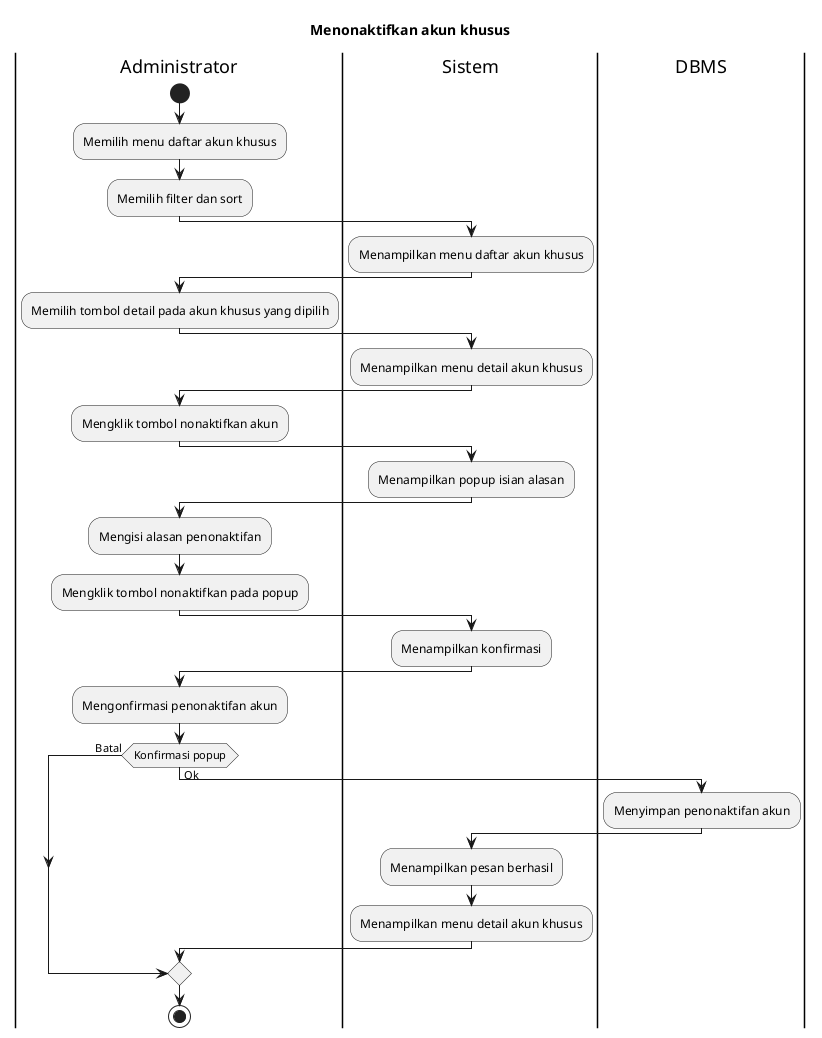
Earlier version of the PlantUML export export/Activity Diagrams/UC-MGUSER - Manajemen Pengguna/UC-MGUSER-013 - Menonaktifkan akun khusus.png (bagusNA/appl-diagrams). The source it was exported from:
```plantuml
@startuml
title Menonaktifkan akun khusus

|Administrator|
start
:Memilih menu daftar akun khusus;
:Memilih filter dan sort;

|Sistem|
:Menampilkan menu daftar akun khusus;

|Administrator|
:Memilih tombol detail pada akun khusus yang dipilih;

|Sistem|
:Menampilkan menu detail akun khusus;

|Administrator|
:Mengklik tombol nonaktifkan akun;

|Sistem|
:Menampilkan popup isian alasan;

|Administrator|
:Mengisi alasan penonaktifan;
:Mengklik tombol nonaktifkan pada popup;

|Sistem|
:Menampilkan konfirmasi;

|Administrator|
:Mengonfirmasi penonaktifan akun;

if (Konfirmasi popup) then (Batal)
else (Ok)
  |DBMS|
  :Menyimpan penonaktifan akun;

  |Sistem|
  :Menampilkan pesan berhasil;
  :Menampilkan menu detail akun khusus;
endif

|Administrator|
stop
@enduml
```
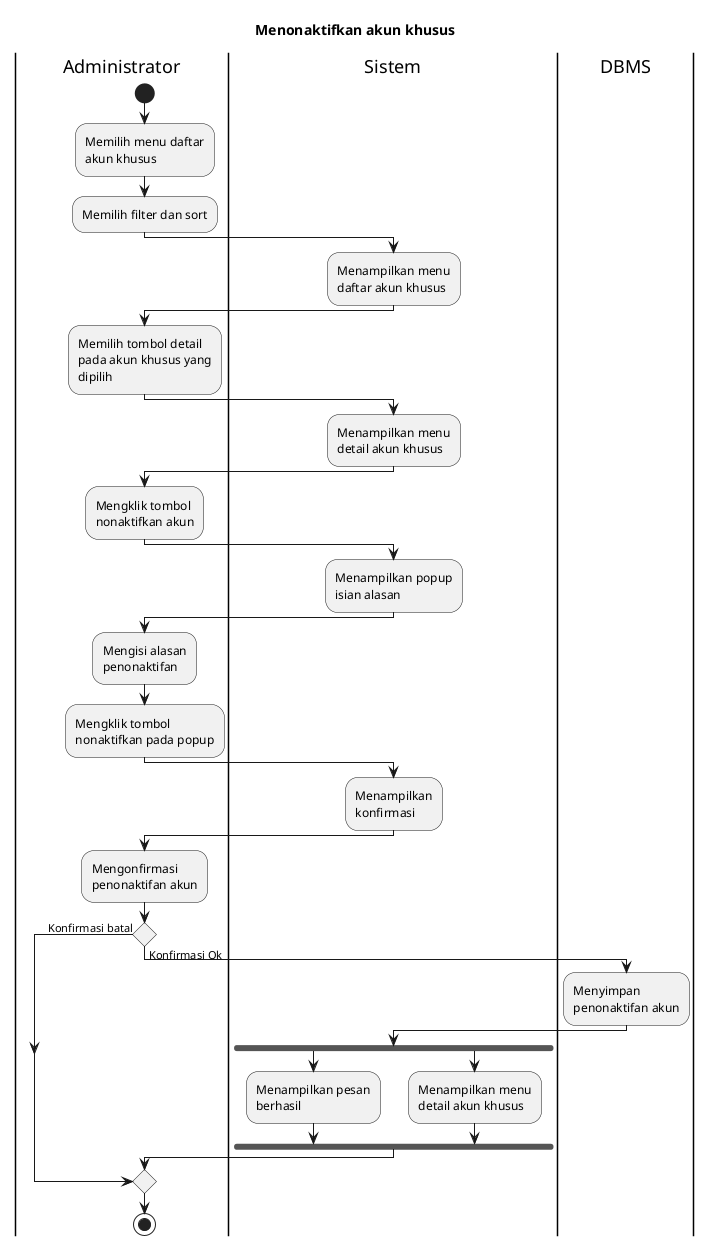
Above is the later version.

Diff of the diagram source:
```diff
@@ -1,4 +1,6 @@
 @startuml
+skinparam wrapWidth 140
+
 title Menonaktifkan akun khusus
 
 |Administrator|
@@ -31,14 +33,17 @@
 |Administrator|
 :Mengonfirmasi penonaktifan akun;
 
-if (Konfirmasi popup) then (Batal)
-else (Ok)
+if () then (Konfirmasi batal)
+else (Konfirmasi Ok)
   |DBMS|
   :Menyimpan penonaktifan akun;
 
   |Sistem|
-  :Menampilkan pesan berhasil;
-  :Menampilkan menu detail akun khusus;
+  fork
+    :Menampilkan pesan berhasil;
+  fork again
+    :Menampilkan menu detail akun khusus;
+  endfork
 endif
 
 |Administrator|
```
